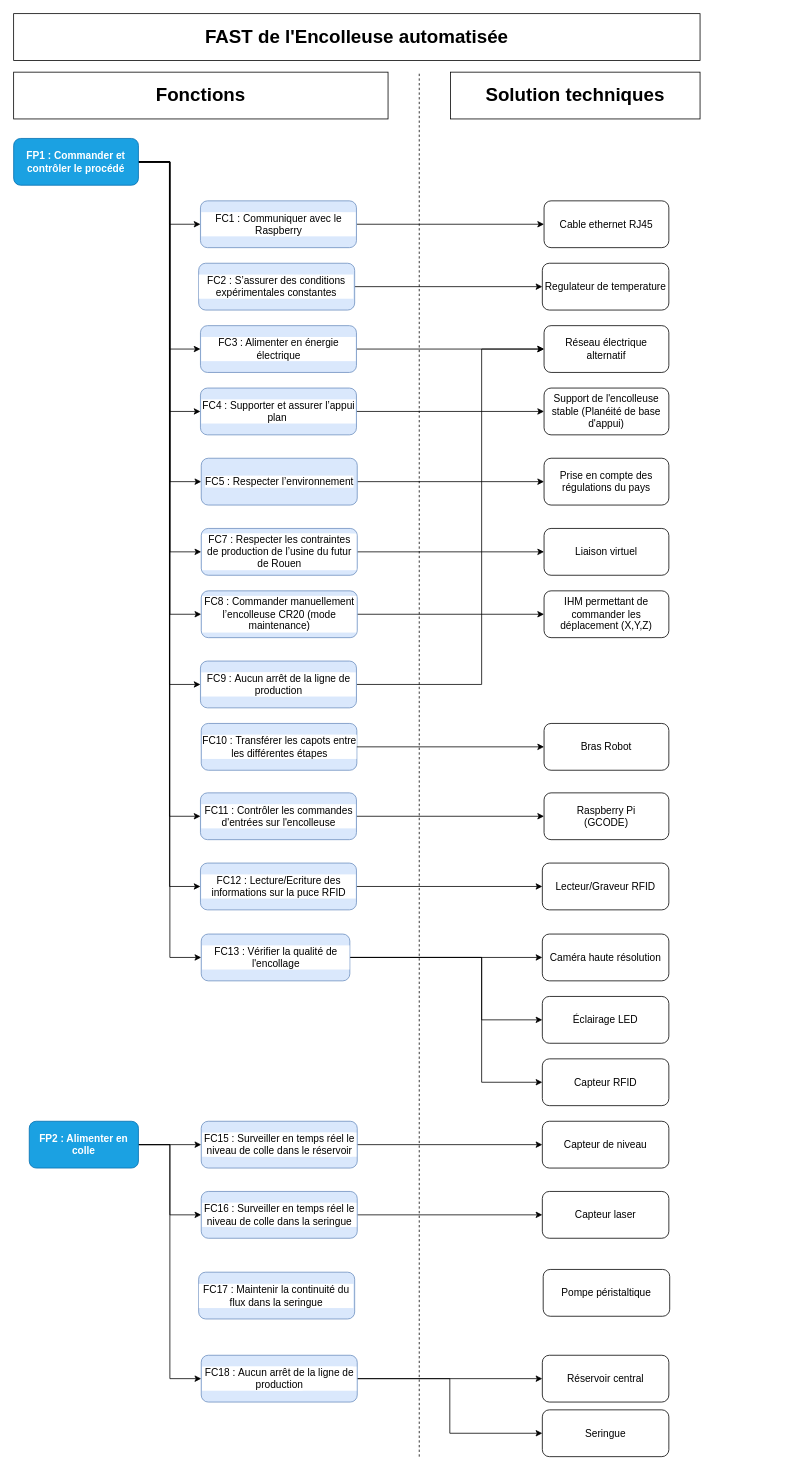
CharifMah/Systemes_automatises keeps this draw.io diagram as FAST DIAGRAM/Diagramme_FAST.drawio. Above is the earlier version. Source tidied: cells renumbered, new cells numbered last; positions are measured from the earlier drawing's top-left corner, leaving out a move shared by most shapes. Both pictures are drawn from the tidied source at 78%, with x=0, y=0 at pixel (13, 13).
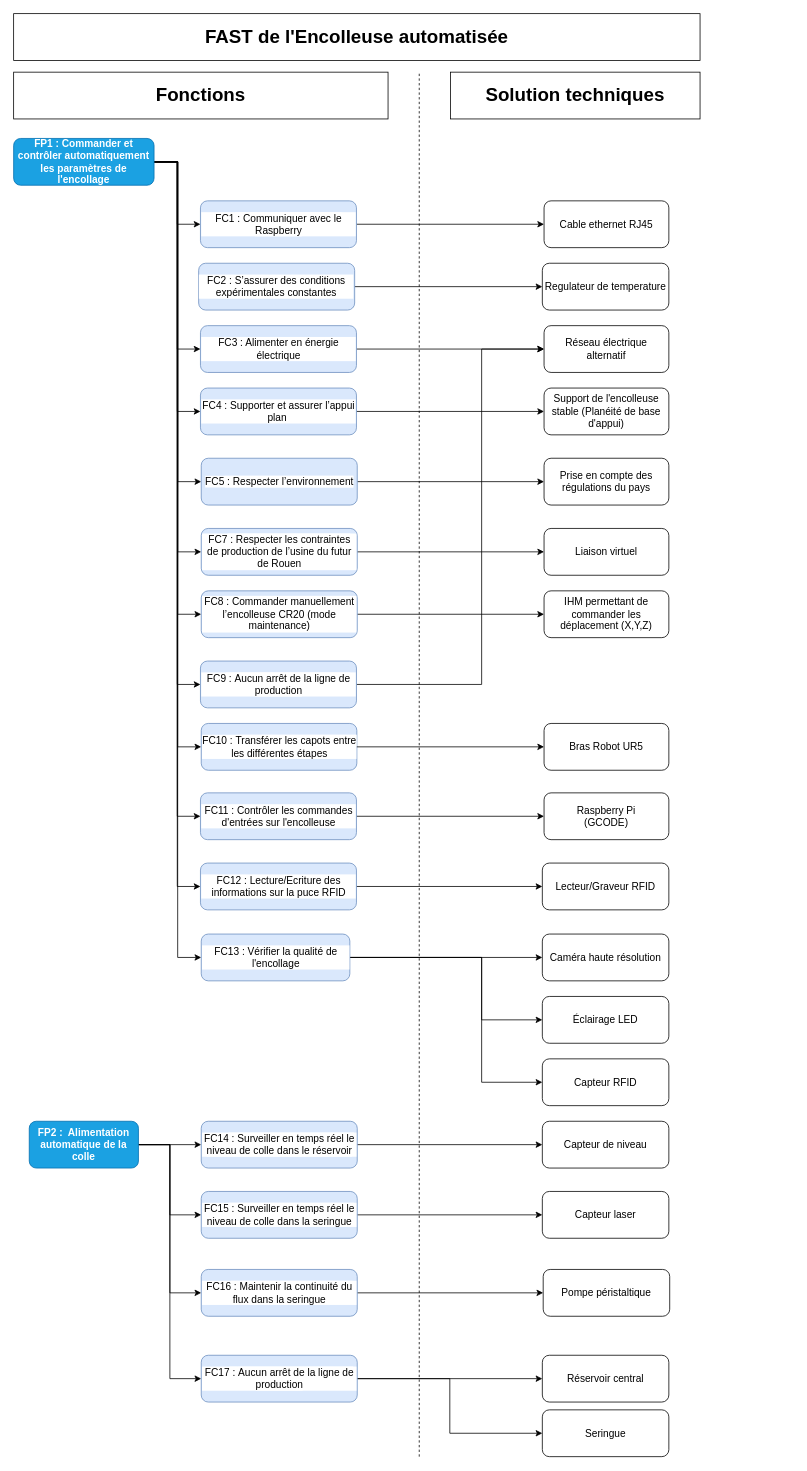
The same page after the edit.

Commit message:
Mettre à jour Diagramme_FAST.drawio

Unchanged cells that the change refers to:
```xml
<mxCell id="25" value="Pompe péristaltique" style="rounded=1;whiteSpace=wrap;html=1;fontFamily=Helvetica;fontSize=13;" parent="1" vertex="1">
  <mxGeometry x="678.9" y="1610" width="162.2" height="60" as="geometry" />
</mxCell>
<mxCell id="42" value="&lt;font&gt;FC10 :&amp;nbsp;&lt;/font&gt;&lt;span style=&quot;background-color: light-dark(#ffffff, var(--ge-dark-color, #121212)); color: light-dark(rgb(0, 0, 0), rgb(255, 255, 255));&quot;&gt;Transférer les capots entre les différentes étapes&lt;/span&gt;" style="rounded=1;whiteSpace=wrap;html=1;labelBackgroundColor=default;labelBorderColor=none;textShadow=0;fillColor=#dae8fc;strokeColor=#6c8ebf;fontFamily=Helvetica;fontSize=13;fontStyle=0;" parent="1" vertex="1">
  <mxGeometry x="240.5" y="910" width="199.5" height="60" as="geometry" />
</mxCell>
```

What changed in the source:
```diff
@@
+    <mxCell id="74" style="edgeStyle=orthogonalEdgeStyle;rounded=0;jettySize=auto;html=1;entryX=0;entryY=0.5;entryDx=0;entryDy=0;" parent="1" edge="1" source="16" target="42">
+      <mxGeometry relative="1" as="geometry" />
+    </mxCell>
-    <mxCell id="16" value="&lt;span&gt;&lt;font style=&quot;color: light-dark(rgb(255, 255, 255), rgb(0, 0, 0));&quot;&gt;FP1 : Commander et contrôler le procédé&lt;/font&gt;&lt;/span&gt;" style="rounded=1;whiteSpace=wrap;html=1;fillColor=#1ba1e2;fontColor=#ffffff;strokeColor=#006EAF;fontFamily=Helvetica;fontSize=13;fontStyle=1;" parent="1" vertex="1">
-      <mxGeometry y="160" width="160" height="60" as="geometry" />
+    <mxCell id="16" value="&lt;span&gt;&lt;font style=&quot;color: light-dark(rgb(255, 255, 255), rgb(0, 0, 0));&quot;&gt;FP1 : Commander et contrôler automatiquement les paramètres de l'encollage&lt;/font&gt;&lt;/span&gt;" style="rounded=1;whiteSpace=wrap;html=1;fillColor=#1ba1e2;fontColor=#ffffff;strokeColor=#006EAF;fontFamily=Helvetica;fontSize=13;fontStyle=1;" parent="1" vertex="1">
+      <mxGeometry y="160" width="180" height="60" as="geometry" />
     </mxCell>
@@
-    <mxCell id="23" value="Bras Robot" style="rounded=1;whiteSpace=wrap;html=1;fontFamily=Helvetica;fontSize=13;fontStyle=0;" parent="1" vertex="1">
+    <mxCell id="23" value="Bras Robot UR5" style="rounded=1;whiteSpace=wrap;html=1;fontFamily=Helvetica;fontSize=13;fontStyle=0;" parent="1" vertex="1">
       <mxGeometry x="680" y="910" width="160" height="60" as="geometry" />
     </mxCell>
@@
+    <mxCell id="75" style="edgeStyle=orthogonalEdgeStyle;rounded=0;jettySize=auto;html=1;entryX=0;entryY=0.5;entryDx=0;entryDy=0;" parent="1" edge="1" source="35" target="73">
+      <mxGeometry relative="1" as="geometry" />
+    </mxCell>
-    <mxCell id="35" value="&lt;span&gt;&lt;font style=&quot;color: rgb(255, 255, 255);&quot;&gt;FP2 : Alimenter en colle&lt;/font&gt;&lt;/span&gt;" style="rounded=1;whiteSpace=wrap;html=1;fillColor=#1ba1e2;fontColor=#ffffff;strokeColor=#006EAF;fontFamily=Helvetica;fontSize=13;fontStyle=1;" parent="1" vertex="1">
+    <mxCell id="35" value="&lt;span&gt;&lt;font style=&quot;color: rgb(255, 255, 255);&quot;&gt;FP2 :&amp;nbsp; Alimentation automatique de la colle&lt;/font&gt;&lt;/span&gt;" style="rounded=1;whiteSpace=wrap;html=1;fillColor=#1ba1e2;fontColor=#ffffff;strokeColor=#006EAF;fontFamily=Helvetica;fontSize=13;fontStyle=1;" parent="1" vertex="1">
       <mxGeometry x="20" y="1420" width="140" height="60" as="geometry" />
     </mxCell>
@@
-    <mxCell id="60" value="&lt;div&gt;&lt;font&gt;FC18&lt;/font&gt;&lt;span style=&quot;color: light-dark(rgb(0, 0, 0), rgb(255, 255, 255)); background-color: light-dark(#ffffff, var(--ge-dark-color, #121212));&quot;&gt;&amp;nbsp;:&amp;nbsp;&lt;/span&gt;&lt;span style=&quot;color: light-dark(rgb(0, 0, 0), rgb(255, 255, 255)); background-color: light-dark(#ffffff, var(--ge-dark-color, #121212));&quot;&gt;Aucun arrêt de la ligne de production&lt;/span&gt;&lt;/div&gt;" style="rounded=1;whiteSpace=wrap;html=1;labelBackgroundColor=default;labelBorderColor=none;textShadow=0;fillColor=#dae8fc;strokeColor=#6c8ebf;fontFamily=Helvetica;fontSize=13;" parent="1" vertex="1">
+    <mxCell id="60" value="&lt;div&gt;&lt;font&gt;FC17&lt;/font&gt;&lt;span style=&quot;color: light-dark(rgb(0, 0, 0), rgb(255, 255, 255)); background-color: light-dark(#ffffff, var(--ge-dark-color, #121212));&quot;&gt;&amp;nbsp;:&amp;nbsp;&lt;/span&gt;&lt;span style=&quot;color: light-dark(rgb(0, 0, 0), rgb(255, 255, 255)); background-color: light-dark(#ffffff, var(--ge-dark-color, #121212));&quot;&gt;Aucun arrêt de la ligne de production&lt;/span&gt;&lt;/div&gt;" style="rounded=1;whiteSpace=wrap;html=1;labelBackgroundColor=default;labelBorderColor=none;textShadow=0;fillColor=#dae8fc;strokeColor=#6c8ebf;fontFamily=Helvetica;fontSize=13;" parent="1" vertex="1">
       <mxGeometry x="240.5" y="1720" width="200" height="60" as="geometry" />
     </mxCell>
@@
-    <mxCell id="69" value="&lt;div&gt;&lt;font&gt;FC15&lt;/font&gt;&lt;span style=&quot;color: light-dark(rgb(0, 0, 0), rgb(255, 255, 255)); background-color: light-dark(#ffffff, var(--ge-dark-color, #121212));&quot;&gt;&amp;nbsp;:&amp;nbsp;&lt;/span&gt;&lt;span style=&quot;color: light-dark(rgb(0, 0, 0), rgb(255, 255, 255)); background-color: light-dark(#ffffff, var(--ge-dark-color, #121212));&quot;&gt;Surveiller en temps réel le niveau de colle dans le réservoir&lt;/span&gt;&lt;/div&gt;" style="rounded=1;whiteSpace=wrap;html=1;labelBackgroundColor=default;labelBorderColor=none;textShadow=0;fillColor=#dae8fc;strokeColor=#6c8ebf;fontFamily=Helvetica;fontSize=13;" parent="1" vertex="1">
+    <mxCell id="69" value="&lt;div&gt;&lt;font&gt;FC14&lt;/font&gt;&lt;span style=&quot;color: light-dark(rgb(0, 0, 0), rgb(255, 255, 255)); background-color: light-dark(#ffffff, var(--ge-dark-color, #121212));&quot;&gt;&amp;nbsp;:&amp;nbsp;&lt;/span&gt;&lt;span style=&quot;color: light-dark(rgb(0, 0, 0), rgb(255, 255, 255)); background-color: light-dark(#ffffff, var(--ge-dark-color, #121212));&quot;&gt;Surveiller en temps réel le niveau de colle dans le réservoir&lt;/span&gt;&lt;/div&gt;" style="rounded=1;whiteSpace=wrap;html=1;labelBackgroundColor=default;labelBorderColor=none;textShadow=0;fillColor=#dae8fc;strokeColor=#6c8ebf;fontFamily=Helvetica;fontSize=13;" parent="1" vertex="1">
       <mxGeometry x="240.5" y="1420" width="200" height="60" as="geometry" />
     </mxCell>
@@
-    <mxCell id="72" value="&lt;div&gt;&lt;font&gt;FC16&lt;/font&gt;&lt;span style=&quot;color: light-dark(rgb(0, 0, 0), rgb(255, 255, 255)); background-color: light-dark(#ffffff, var(--ge-dark-color, #121212));&quot;&gt;&amp;nbsp;:&amp;nbsp;&lt;/span&gt;&lt;span style=&quot;color: light-dark(rgb(0, 0, 0), rgb(255, 255, 255)); background-color: light-dark(#ffffff, var(--ge-dark-color, #121212));&quot;&gt;Surveiller en temps réel le niveau de colle dans la seringue&lt;/span&gt;&lt;/div&gt;" style="rounded=1;whiteSpace=wrap;html=1;labelBackgroundColor=default;labelBorderColor=none;textShadow=0;fillColor=#dae8fc;strokeColor=#6c8ebf;fontFamily=Helvetica;fontSize=13;" parent="1" vertex="1">
+    <mxCell id="72" value="&lt;div&gt;&lt;font&gt;FC15&lt;/font&gt;&lt;span style=&quot;color: light-dark(rgb(0, 0, 0), rgb(255, 255, 255)); background-color: light-dark(#ffffff, var(--ge-dark-color, #121212));&quot;&gt;&amp;nbsp;:&amp;nbsp;&lt;/span&gt;&lt;span style=&quot;color: light-dark(rgb(0, 0, 0), rgb(255, 255, 255)); background-color: light-dark(#ffffff, var(--ge-dark-color, #121212));&quot;&gt;Surveiller en temps réel le niveau de colle dans la seringue&lt;/span&gt;&lt;/div&gt;" style="rounded=1;whiteSpace=wrap;html=1;labelBackgroundColor=default;labelBorderColor=none;textShadow=0;fillColor=#dae8fc;strokeColor=#6c8ebf;fontFamily=Helvetica;fontSize=13;" parent="1" vertex="1">
       <mxGeometry x="240.5" y="1510" width="200" height="60" as="geometry" />
     </mxCell>
+    <mxCell id="76" style="edgeStyle=orthogonalEdgeStyle;rounded=0;jettySize=auto;html=1;entryX=0;entryY=0.5;entryDx=0;entryDy=0;" parent="1" edge="1" source="73" target="25">
+      <mxGeometry relative="1" as="geometry" />
+    </mxCell>
-    <mxCell id="73" value="&lt;div&gt;&lt;font&gt;FC17&lt;/font&gt;&lt;span style=&quot;color: light-dark(rgb(0, 0, 0), rgb(255, 255, 255)); background-color: light-dark(#ffffff, var(--ge-dark-color, #121212));&quot;&gt;&amp;nbsp;: Maintenir la continuité du flux dans la seringue&lt;/span&gt;&lt;/div&gt;" style="rounded=1;whiteSpace=wrap;html=1;labelBackgroundColor=default;labelBorderColor=none;textShadow=0;fillColor=#dae8fc;strokeColor=#6c8ebf;fontFamily=Helvetica;fontSize=13;" parent="1" vertex="1">
-      <mxGeometry x="237.2" y="1613.5" width="200" height="60" as="geometry" />
+    <mxCell id="73" value="&lt;div&gt;&lt;font&gt;FC16&lt;/font&gt;&lt;span style=&quot;color: light-dark(rgb(0, 0, 0), rgb(255, 255, 255)); background-color: light-dark(#ffffff, var(--ge-dark-color, #121212));&quot;&gt;&amp;nbsp;: Maintenir la continuité du flux dans la seringue&lt;/span&gt;&lt;/div&gt;" style="rounded=1;whiteSpace=wrap;html=1;labelBackgroundColor=default;labelBorderColor=none;textShadow=0;fillColor=#dae8fc;strokeColor=#6c8ebf;fontFamily=Helvetica;fontSize=13;" parent="1" vertex="1">
+      <mxGeometry x="240.5" y="1610" width="200" height="60" as="geometry" />
     </mxCell>
```
